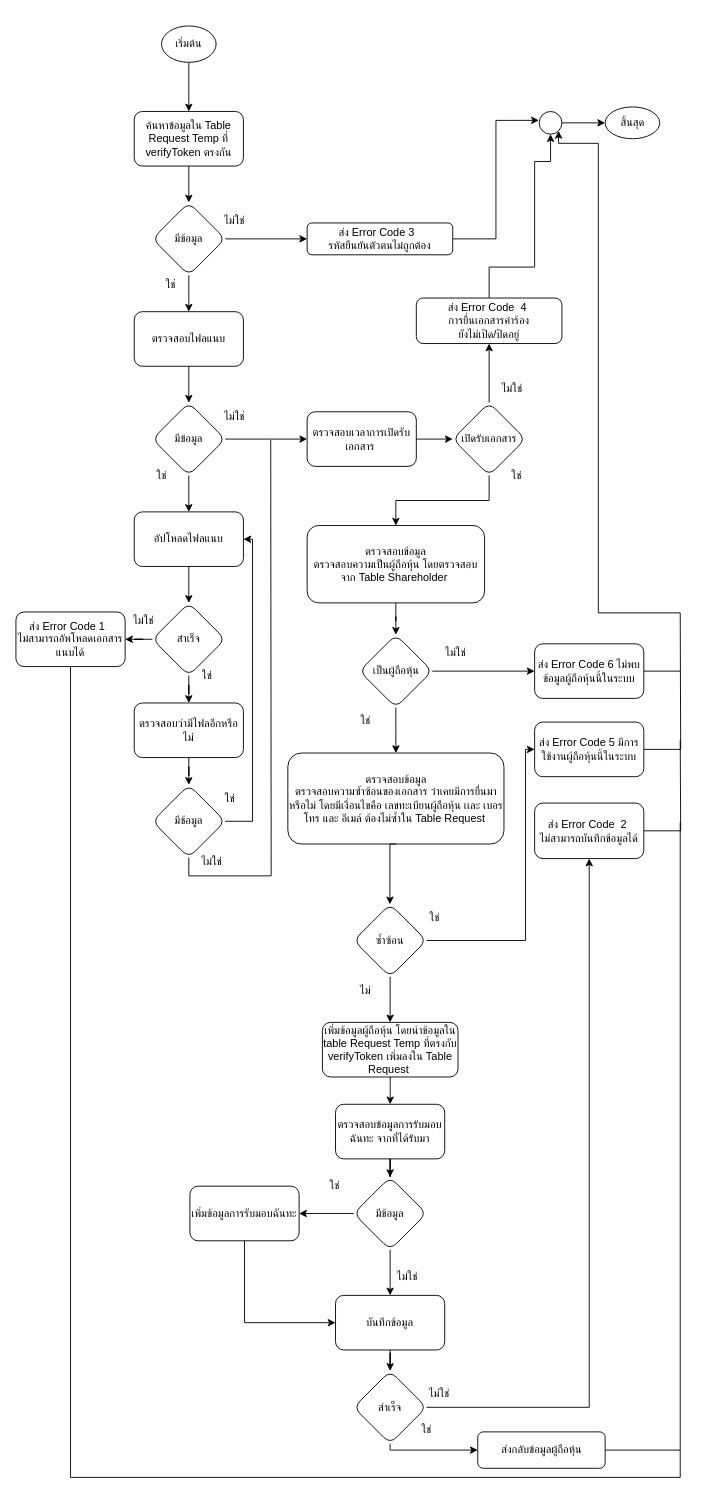
charifrodmanee/charifrodmanee keeps this draw.io diagram as CreateRequestForm.drawio. Above is the earlier version. Source tidied: cells renumbered, new cells numbered last; positions are measured from the earlier drawing's top-left corner, leaving out a move shared by most shapes. Both pictures are drawn from the tidied source at 91%, with x=0, y=0 at pixel (15, 15).
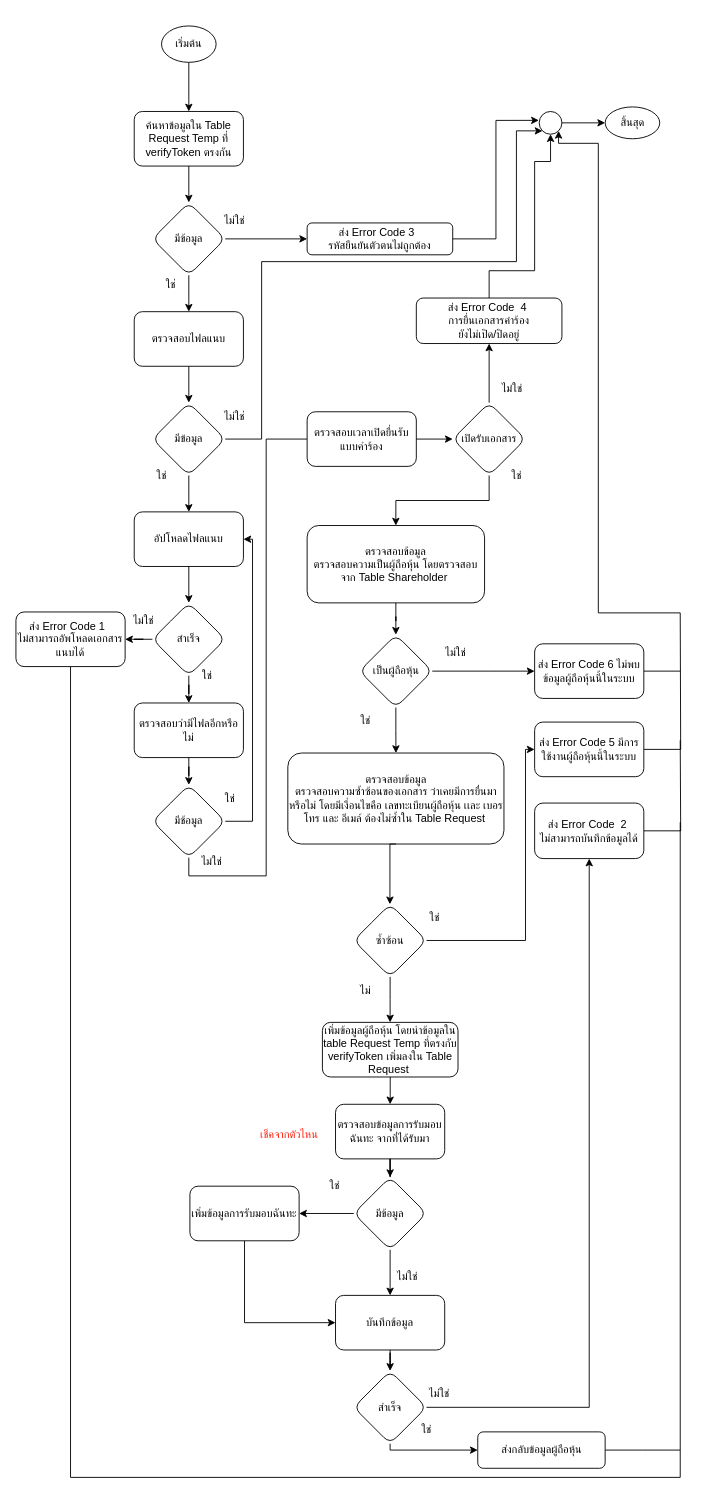
The same page after the edit.

Unchanged cells that the change refers to:
```xml
<mxCell id="2" style="group;" parent="1" vertex="1">
  <mxGeometry width="730" height="1606" as="geometry" />
</mxCell>
<mxCell id="24" value="มีข้อมูล" style="rhombus;whiteSpace=wrap;html=1;rounded=1;" parent="2" vertex="1">
  <mxGeometry x="150" y="425" width="80" height="80" as="geometry" />
</mxCell>
<mxCell id="35" value="มีช้อมูล" style="rhombus;whiteSpace=wrap;html=1;rounded=1;" parent="2" vertex="1">
  <mxGeometry x="150" y="845" width="80" height="80" as="geometry" />
</mxCell>
<mxCell id="45" style="ellipse;whiteSpace=wrap;html=1;" parent="2" vertex="1">
  <mxGeometry x="575" y="105" width="25" height="25" as="geometry" />
</mxCell>
<mxCell id="48" value="ส่ง Error Code&amp;nbsp; 4&amp;nbsp;&lt;br&gt;การยื่นเอกสารคำร้อง&lt;br&gt;ยังไม่เปิด/ปิดอยู่" style="whiteSpace=wrap;html=1;rounded=1;" parent="2" vertex="1">
  <mxGeometry x="440" y="310" width="160" height="50" as="geometry" />
</mxCell>
```

What changed in the source:
```diff
@@
-    <mxCell id="9" style="edgeStyle=orthogonalEdgeStyle;rounded=0;jettySize=auto;html=1;exitX=0.5;exitY=1;exitDx=0;exitDy=0;endArrow=none;endFill=0;" parent="2" edge="1" source="35">
-      <mxGeometry relative="1" as="geometry">
-        <mxPoint x="280" y="466" as="targetPoint" />
-      </mxGeometry>
+    <mxCell id="9" style="edgeStyle=orthogonalEdgeStyle;rounded=0;jettySize=auto;html=1;exitX=0.5;exitY=1;exitDx=0;exitDy=0;endArrow=none;endFill=0;entryX=0;entryY=0.5;entryDx=0;entryDy=0;" parent="2" edge="1" source="35" target="38">
+      <mxGeometry relative="1" as="geometry" />
     </mxCell>
@@
-    <mxCell id="23" style="edgeStyle=orthogonalEdgeStyle;rounded=0;jettySize=auto;html=1;entryX=0;entryY=0.5;entryDx=0;entryDy=0;" parent="2" edge="1" source="24">
-      <mxGeometry relative="1" as="geometry">
-        <mxPoint x="320" y="465" as="targetPoint" />
-      </mxGeometry>
-    </mxCell>
+    <mxCell id="90" style="edgeStyle=orthogonalEdgeStyle;rounded=0;jettySize=auto;html=1;entryX=0;entryY=1;entryDx=0;entryDy=0;fontColor=#FF1B0A;" parent="2" edge="1" source="24" target="45">
+      <mxGeometry relative="1" as="geometry">
+        <Array as="points">
+          <mxPoint x="270" y="465" />
+          <mxPoint x="270" y="270" />
+          <mxPoint x="550" y="270" />
+          <mxPoint x="550" y="126" />
+        </Array>
+      </mxGeometry>
+    </mxCell>
@@
-    <mxCell id="38" value="ตรวจสอบเวลาการเปิดรับเอกสาร&amp;nbsp;" style="rounded=1;whiteSpace=wrap;html=1;" parent="2" vertex="1">
+    <mxCell id="38" value="ตรวจสอบเวลาเปิดยื่นรับแบบคำร้อง" style="rounded=1;whiteSpace=wrap;html=1;" parent="2" vertex="1">
       <mxGeometry x="320" y="435" width="120" height="60" as="geometry" />
     </mxCell>
@@
     <mxCell id="47" style="edgeStyle=orthogonalEdgeStyle;rounded=0;jettySize=auto;html=1;entryX=0.5;entryY=1;entryDx=0;entryDy=0;endArrow=classic;endFill=1;" parent="2" edge="1" source="48" target="45">
       <mxGeometry relative="1" as="geometry">
         <Array as="points">
-          <mxPoint x="520" y="276" />
-          <mxPoint x="570" y="276" />
+          <mxPoint x="520" y="280" />
+          <mxPoint x="570" y="280" />
           <mxPoint x="570" y="160" />
-          <mxPoint x="588" y="160" />
+          <mxPoint x="587" y="160" />
         </Array>
       </mxGeometry>
     </mxCell>
@@
+    <mxCell id="91" value="เช็คจากตัวไหน" style="text;html=1;align=center;verticalAlign=middle;strokeColor=none;fillColor=none;fontColor=#FF1B0A;" parent="1" vertex="1">
+      <mxGeometry x="250" y="1215" width="100" height="30" as="geometry" />
+    </mxCell>
```
